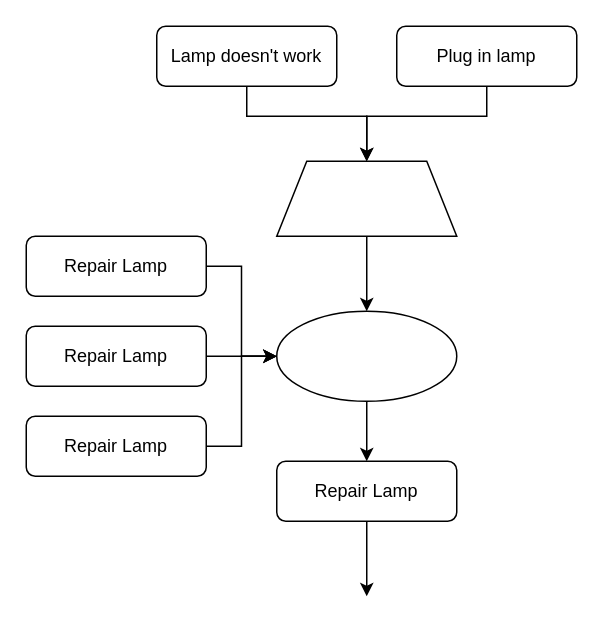
The draw.io diagram 未命名绘图.drawio in Byomyyt/GnTCN, before the edit. Source tidied: cells renumbered, new cells numbered last; positions are measured from the earlier drawing's top-left corner, leaving out a move shared by most shapes. Both pictures are drawn from the tidied source at 150%, with x=0, y=0 at pixel (26, 26).
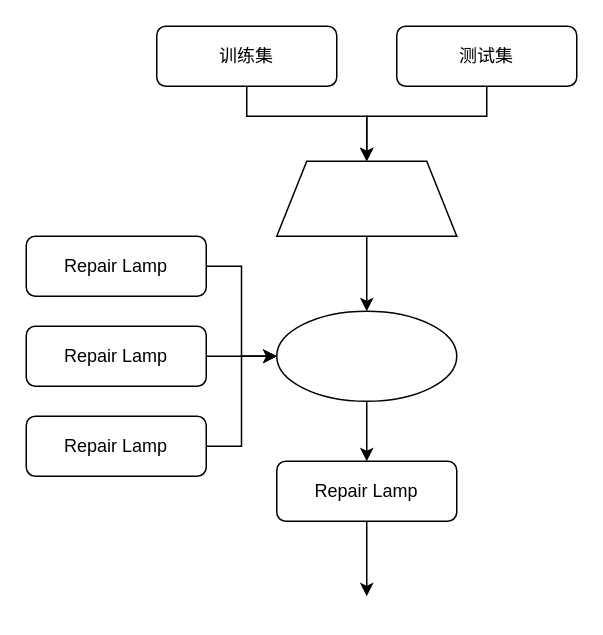
The same diagram, later.

Commit message (it also covers changes not shown here):
更新未命名绘图.drawio

Diff of the diagram source:
```diff
@@
-    <mxCell id="2" value="Lamp doesn't work" style="rounded=1;whiteSpace=wrap;html=1;fontSize=12;glass=0;strokeWidth=1;shadow=0;" parent="1" vertex="1">
+    <mxCell id="2" value="训练集" style="rounded=1;whiteSpace=wrap;html=1;fontSize=12;glass=0;strokeWidth=1;shadow=0;" parent="1" vertex="1">
       <mxGeometry x="87" width="120" height="40" as="geometry" />
     </mxCell>
-    <mxCell id="3" value="Plug in lamp" style="rounded=1;whiteSpace=wrap;html=1;fontSize=12;glass=0;strokeWidth=1;shadow=0;" parent="1" vertex="1">
+    <mxCell id="3" value="测试集" style="rounded=1;whiteSpace=wrap;html=1;fontSize=12;glass=0;strokeWidth=1;shadow=0;" parent="1" vertex="1">
       <mxGeometry x="247" width="120" height="40" as="geometry" />
     </mxCell>
```
